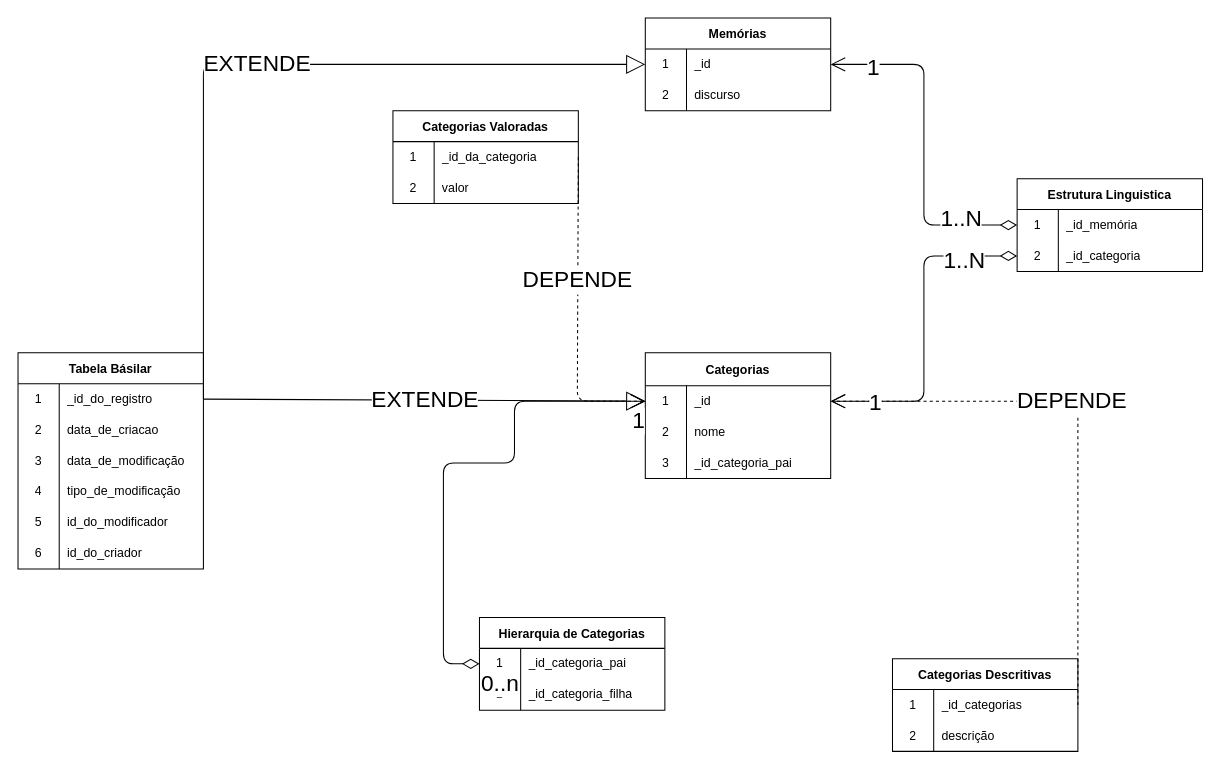
The draw.io diagram docs/diagrama_de_dados_aurora.drawio in marvinho-tn/aurora, before the edit. Source tidied: cells renumbered, new cells numbered last; positions are measured from the earlier drawing's top-left corner, leaving out a move shared by most shapes. Both pictures are drawn from the tidied source at 103%, with x=0, y=0 at pixel (18, 18).
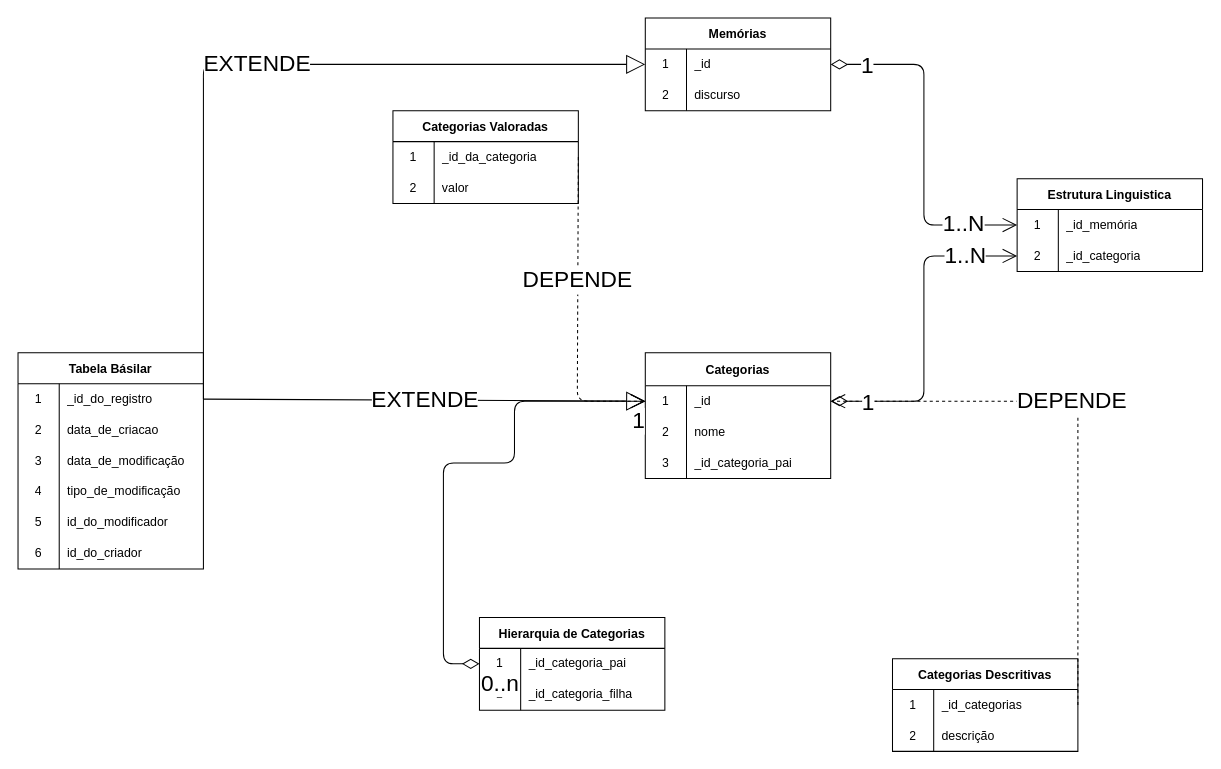
Above is the later version.

Unchanged cells that the change refers to:
```xml
<mxCell id="3" style="shape=tableRow;horizontal=0;startSize=0;swimlaneHead=0;swimlaneBody=0;top=0;left=0;bottom=0;right=0;fillColor=none;points=[[0,0.5],[1,0.5]];portConstraint=eastwest;" parent="2" vertex="1">
  <mxGeometry y="30" width="180" height="30" as="geometry" />
</mxCell>
<mxCell id="17" style="shape=tableRow;horizontal=0;startSize=0;swimlaneHead=0;swimlaneBody=0;top=0;left=0;bottom=0;right=0;fillColor=none;points=[[0,0.5],[1,0.5]];portConstraint=eastwest;" parent="16" vertex="1">
  <mxGeometry y="32" width="180" height="30" as="geometry" />
</mxCell>
<mxCell id="36" style="shape=tableRow;horizontal=0;startSize=0;swimlaneHead=0;swimlaneBody=0;top=0;left=0;bottom=0;right=0;fillColor=none;points=[[0,0.5],[1,0.5]];portConstraint=eastwest;" parent="35" vertex="1">
  <mxGeometry y="30" width="180" height="30" as="geometry" />
</mxCell>
<mxCell id="39" style="shape=tableRow;horizontal=0;startSize=0;swimlaneHead=0;swimlaneBody=0;top=0;left=0;bottom=0;right=0;fillColor=none;points=[[0,0.5],[1,0.5]];portConstraint=eastwest;" parent="35" vertex="1">
  <mxGeometry y="60" width="180" height="30" as="geometry" />
</mxCell>
```

The edit, as a diff of the source:
```diff
@@
-    <mxCell id="42" style="endArrow=open;html=1;endSize=12;startArrow=diamondThin;startSize=14;startFill=0;edgeStyle=orthogonalEdgeStyle;entryX=1;entryY=0.5;entryDx=0;entryDy=0;exitX=0;exitY=0.5;exitDx=0;exitDy=0;" parent="1" edge="1" source="39" target="17">
+    <mxCell id="42" style="endArrow=open;html=1;endSize=12;startArrow=diamondThin;startSize=14;startFill=0;edgeStyle=orthogonalEdgeStyle;entryX=0;entryY=0.5;entryDx=0;entryDy=0;exitX=1;exitY=0.5;exitDx=0;exitDy=0;" parent="1" edge="1" source="17" target="39">
       <mxGeometry relative="1" as="geometry" />
     </mxCell>
     <mxCell id="43" value="1..N" style="edgeLabel;html=1;align=left;verticalAlign=top;fontSize=22;" parent="42" vertex="1">
       <mxGeometry x="-1" relative="1" as="geometry">
-        <mxPoint x="-73" y="-15" as="offset" />
+        <mxPoint x="109" y="-161" as="offset" />
       </mxGeometry>
     </mxCell>
-    <mxCell id="44" value="1" style="edgeLabel;html=1;align=right;verticalAlign=top;fontSize=22;" parent="42" vertex="1">
-      <mxGeometry x="1" relative="1" as="geometry">
-        <mxPoint x="50" y="-18" as="offset" />
-      </mxGeometry>
-    </mxCell>
-    <mxCell id="45" style="endArrow=open;html=1;endSize=12;startArrow=diamondThin;startSize=14;startFill=0;edgeStyle=orthogonalEdgeStyle;entryX=1;entryY=0.5;entryDx=0;entryDy=0;exitX=0;exitY=0.5;exitDx=0;exitDy=0;" parent="1" edge="1" source="36" target="3">
+    <mxCell id="45" style="endArrow=open;html=1;endSize=12;startArrow=diamondThin;startSize=14;startFill=0;edgeStyle=orthogonalEdgeStyle;entryX=0;entryY=0.5;entryDx=0;entryDy=0;exitX=1;exitY=0.5;exitDx=0;exitDy=0;" parent="1" edge="1" source="3" target="36">
       <mxGeometry relative="1" as="geometry" />
     </mxCell>
-    <mxCell id="46" value="1..N" style="edgeLabel;html=1;align=left;verticalAlign=top;fontSize=22;" parent="45" vertex="1">
+    <mxCell id="46" value="1" style="edgeLabel;html=1;align=left;verticalAlign=top;fontSize=22;" parent="45" vertex="1">
       <mxGeometry x="-1" relative="1" as="geometry">
-        <mxPoint x="-76" y="-26" as="offset" />
+        <mxPoint x="28" y="-18" as="offset" />
       </mxGeometry>
     </mxCell>
     <mxCell id="47" value="1" style="edgeLabel;html=1;align=right;verticalAlign=top;fontSize=22;" parent="45" vertex="1">
       <mxGeometry x="1" relative="1" as="geometry">
-        <mxPoint x="48" y="-16" as="offset" />
+        <mxPoint x="-138" y="153" as="offset" />
       </mxGeometry>
     </mxCell>
+    <mxCell id="79" value="1..N" style="edgeLabel;html=1;align=center;verticalAlign=middle;fontSize=22;" parent="45" vertex="1">
+      <mxGeometry x="0.64" y="2" relative="1" as="geometry">
+        <mxPoint x="8" as="offset" />
+      </mxGeometry>
+    </mxCell>
```
